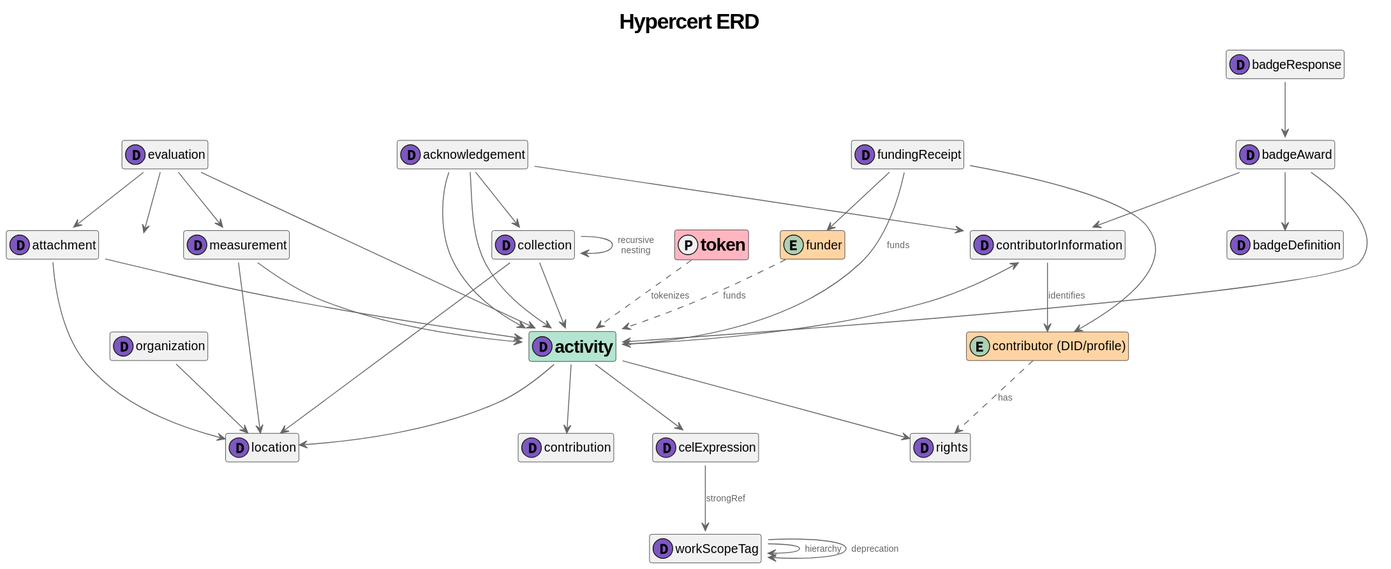
This is ERD.svg from hypercerts-org/hypercerts-lexicon, a PlantUML export, as it was before one commit.
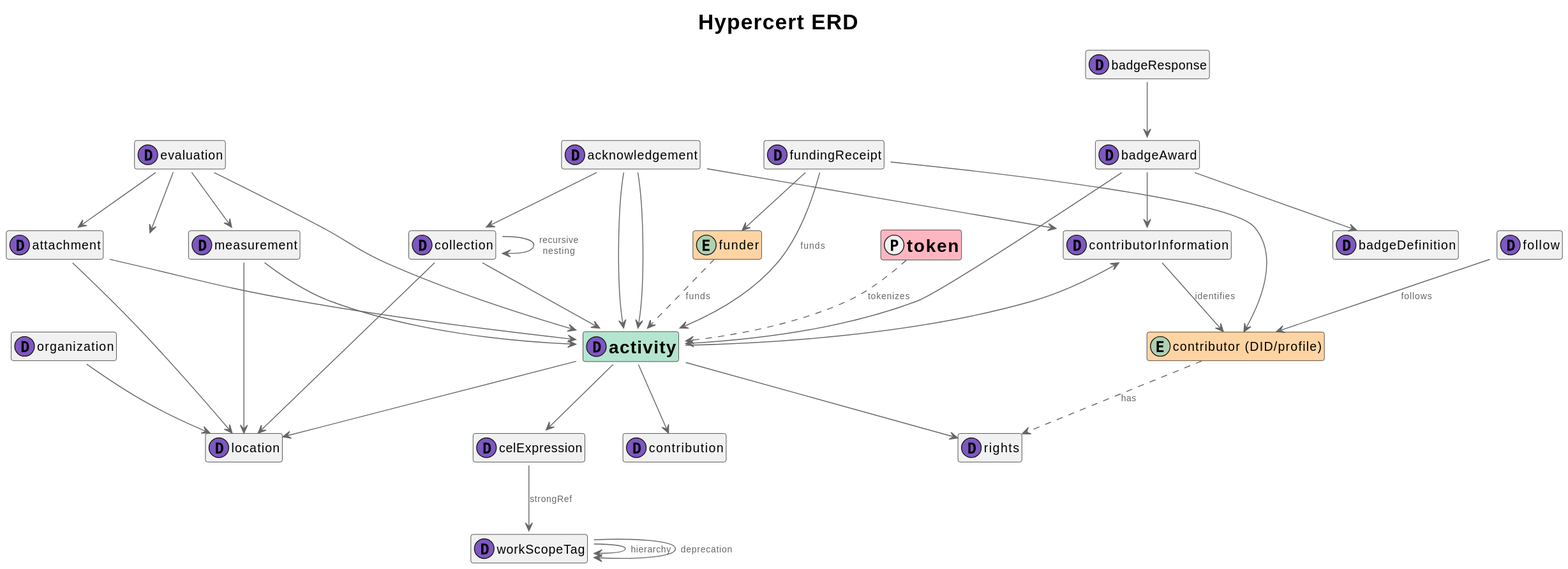
Above is the later version.

What changed in the source:
```diff
@@ -43,6 +43,8 @@
     urls[]?
     location?
     foundedDate?
+    longDescription?
+    visibility?
     createdAt
     !endif
 }
@@ -148,7 +150,7 @@
     !if (SHOW_FIELDS == "true")
     badgeType
     title
-    icon
+    icon?
     description?
     allowedIssuers[]?
     createdAt
@@ -169,6 +171,14 @@
     badgeAward
     response
     weight?
+    createdAt
+    !endif
+}
+
+dataclass follow {
+    !if (SHOW_FIELDS == "true")
+    subject
+    via?
     createdAt
     !endif
 }
@@ -213,7 +223,7 @@
     type?
     title
     shortDescription?
-    description? (Leaflet ref)
+    description?
     items[]?
     location?
     createdAt
@@ -240,7 +250,7 @@
 dataclass fundingReceipt {
     !if (SHOW_FIELDS == "true")
     to
-    from
+    from?
     for?
     amount
     currency
@@ -330,4 +340,6 @@
 badgeResponse::badgeAward --> badgeAward
 badgeAward::subject --> contributorInformation
 badgeAward::subject --> activity
+
+follow::subject --> contributorEntity : follows
 @enduml
```
